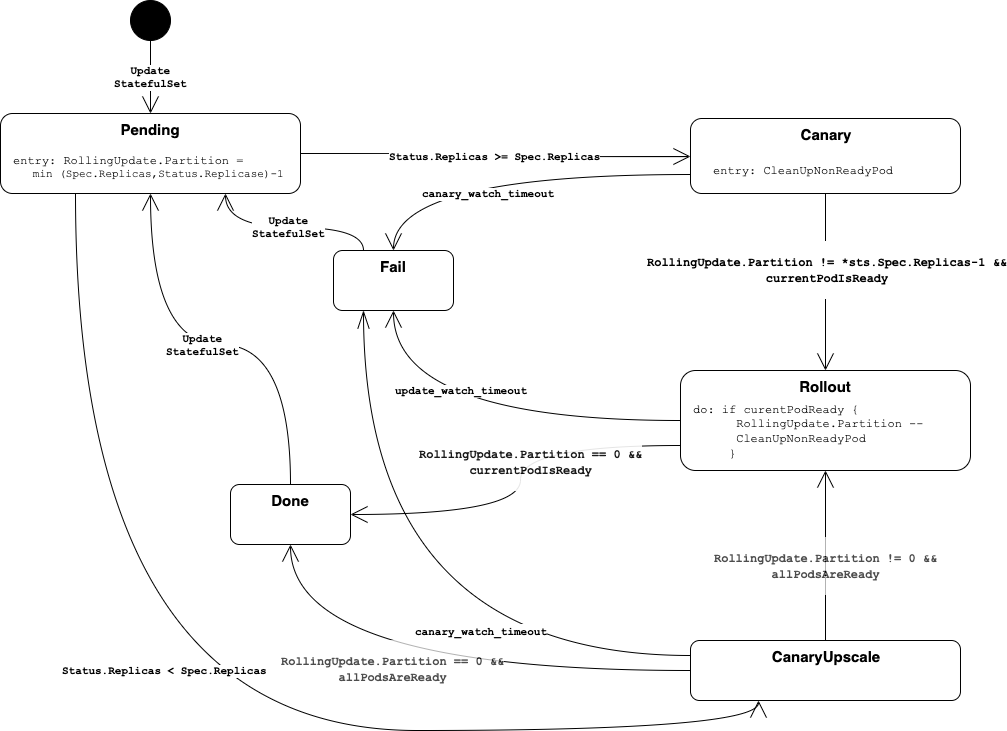
The draw.io diagram docs/controllers/quarks_sts_rollout_fsm.png in akhinos/cf-operator, before a commit. Source tidied: cells renumbered, new cells last; positions are measured from the earlier drawing's top-left corner, leaving out a move shared by most shapes.
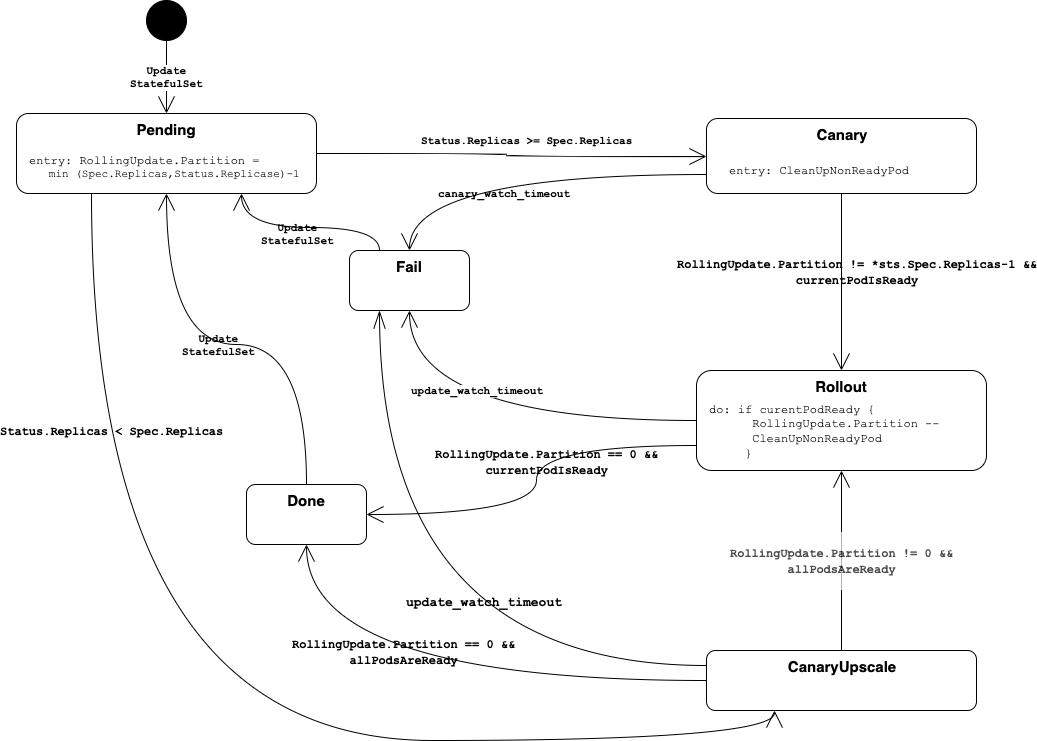
The same diagram one commit later.

Diff of the diagram source:
```diff
@@ -11,9 +11,9 @@
     <mxCell id="4" style="rounded=0;jettySize=auto;html=1;exitX=0.25;exitY=1;exitDx=0;exitDy=0;entryX=0.25;entryY=1;entryDx=0;entryDy=0;fontSize=15;strokeWidth=1;startArrow=none;startFill=0;endArrow=open;endFill=0;endSize=15;edgeStyle=orthogonalEdgeStyle;curved=1;" parent="1" edge="1" source="6" target="16">
       <mxGeometry relative="1" as="geometry" />
     </mxCell>
-    <mxCell id="5" value="Status.Replicas &amp;lt; Spec.Replicas" style="text;html=1;align=center;verticalAlign=middle;labelBackgroundColor=#ffffff;fontSize=11;fontFamily=Courier New;fontStyle=1;" parent="4" vertex="1">
+    <mxCell id="5" value="Status.Replicas &amp;lt; Spec.Replicas" style="text;html=1;align=center;verticalAlign=middle;labelBackgroundColor=none;fontSize=12;fontFamily=Courier New;fontStyle=1;" parent="4" vertex="1">
       <mxGeometry x="-0.03" y="-1" relative="1" as="geometry">
-        <mxPoint x="20" y="-61" as="offset" />
+        <mxPoint x="-44" y="-311" as="offset" />
       </mxGeometry>
     </mxCell>
     <mxCell id="6" value="Pending" style="rounded=1;whiteSpace=wrap;html=1;verticalAlign=top;fontSize=15;fontStyle=1;" parent="1" vertex="1">
@@ -25,51 +25,53 @@
     <mxCell id="8" value="&lt;span style=&quot;color: rgba(0 , 0 , 0 , 0) ; font-family: monospace ; font-size: 0px ; background-color: rgb(248 , 249 , 250)&quot;&gt;%3CmxGraphModel%3E%3Croot%3E%3CmxCell%20id%3D%220%22%2F%3E%3CmxCell%20id%3D%221%22%20parent%3D%220%22%2F%3E%3CmxCell%20id%3D%222%22%20value%3D%22%26lt%3Bpre%20style%3D%26quot%3Bfont-size%3A%209.8pt%26quot%3B%26gt%3B%26lt%3Bfont%20face%3D%26quot%3BCourier%20New%26quot%3B%20style%3D%26quot%3Bfont-size%3A%2012px%26quot%3B%26gt%3B%26lt%3Bb%26gt%3BRollingUpdate.Partition%20!%3D%20*sts.Spec.Replicas-%26lt%3Bspan%20style%3D%26quot%3Bcolor%3A%20rgb(0%20%2C%200%20%2C%20255)%26quot%3B%26gt%3B1%26lt%3B%2Fspan%26gt%3B%26lt%3B%2Fb%26gt%3B%26lt%3B%2Ffont%26gt%3B%26lt%3B%2Fpre%26gt%3B%22%20style%3D%22text%3Bhtml%3D1%3Bresizable%3D0%3Bpoints%3D%5B%5D%3Balign%3Dcenter%3BverticalAlign%3Dmiddle%3BlabelBackgroundColor%3D%23ffffff%3BfontSize%3D11%3BfontFamily%3DCourier%20New%3B%22%20vertex%3D%221%22%20connectable%3D%220%22%20parent%3D%221%22%3E%3CmxGeometry%20x%3D%22561%22%20y%3D%22348%22%20as%3D%22geometry%22%3E%3CmxPoint%20as%3D%22offset%22%2F%3E%3C%2FmxGeometry%3E%3C%2FmxCell%3E%3C%2Froot%3E%3C%2FmxGraphModel%3&lt;/span&gt;" style="text;html=1;align=center;verticalAlign=middle;labelBackgroundColor=#ffffff;fontSize=11;fontFamily=Courier New;" parent="7" vertex="1">
       <mxGeometry x="0.05" y="1" relative="1" as="geometry" />
     </mxCell>
-    <mxCell id="9" value="&lt;pre style=&quot;font-size: 9.8pt&quot;&gt;&lt;font face=&quot;Courier New&quot; style=&quot;font-size: 12px&quot;&gt;&lt;b&gt;RollingUpdate.Partition == 0 &amp;amp;&amp;amp;&lt;br/&gt;currentPodIsReady&lt;/b&gt;&lt;/font&gt;&lt;/pre&gt;" style="text;html=1;align=center;verticalAlign=middle;labelBackgroundColor=#ffffff;fontSize=11;fontFamily=Courier New;textOpacity=90;" parent="7" vertex="1">
+    <mxCell id="9" value="&lt;pre style=&quot;font-size: 9.8pt&quot;&gt;&lt;font face=&quot;Courier New&quot; style=&quot;font-size: 12px&quot;&gt;&lt;b&gt;RollingUpdate.Partition == 0 &amp;amp;&amp;amp;&lt;br&gt;currentPodIsReady&lt;/b&gt;&lt;/font&gt;&lt;/pre&gt;" style="text;html=1;align=center;verticalAlign=middle;labelBackgroundColor=none;fontSize=11;fontFamily=Courier New;" parent="7" vertex="1">
       <mxGeometry y="-2" relative="1" as="geometry">
         <mxPoint x="12" y="-25" as="offset" />
       </mxGeometry>
     </mxCell>
     <mxCell id="10" value="&lt;pre style=&quot;font-size: 9.8pt&quot;&gt;&lt;font face=&quot;Courier New&quot; style=&quot;font-size: 12px&quot;&gt;&lt;b&gt;RollingUpdate.Partition != 0 &amp;amp;&amp;amp;&lt;br&gt;allPodsAreReady&lt;/b&gt;&lt;/font&gt;&lt;/pre&gt;" style="edgeStyle=orthogonalEdgeStyle;rounded=0;jettySize=auto;html=1;exitX=0.5;exitY=0;exitDx=0;exitDy=0;entryX=0.5;entryY=1;entryDx=0;entryDy=0;startFill=0;endArrow=open;endFill=0;endSize=15;strokeWidth=1;fontFamily=Courier New;fontSize=11;textOpacity=70;curved=1;" parent="1" edge="1" source="16" target="24">
-      <mxGeometry x="-0.11" relative="1" as="geometry" />
+      <mxGeometry relative="1" as="geometry" />
     </mxCell>
-    <mxCell id="11" value="&lt;span style=&quot;color: rgba(0 , 0 , 0 , 0) ; font-family: monospace ; font-size: 0px ; background-color: rgb(248 , 249 , 250)&quot;&gt;%3CmxGraphModel%3E%3Croot%3E%3CmxCell%20id%3D%220%22%2F%3E%3CmxCell%20id%3D%221%22%20parent%3D%220%22%2F%3E%3CmxCell%20id%3D%222%22%20value%3D%22%26lt%3Bpre%20style%3D%26quot%3Bfont-size%3A%209.8pt%26quot%3B%26gt%3B%26lt%3Bfont%20face%3D%26quot%3BCourier%20New%26quot%3B%20style%3D%26quot%3Bfont-size%3A%2012px%26quot%3B%26gt%3B%26lt%3Bb%26gt%3BRollingUpdate.Partition%20%3D%3D%200%20%26amp%3Bamp%3B%26amp%3Bamp%3B%26lt%3Bbr%26gt%3BallPodsAreReady%26lt%3B%2Fb%26gt%3B%26lt%3B%2Ffont%26gt%3B%26lt%3B%2Fpre%26gt%3B%22%20style%3D%22text%3Bhtml%3D1%3Bresizable%3D0%3Bpoints%3D%5B%5D%3Balign%3Dcenter%3BverticalAlign%3Dmiddle%3BlabelBackgroundColor%3D%23ffffff%3BfontSize%3D11%3BfontFamily%3DCourier%20New%3B%22%20vertex%3D%221%22%20connectable%3D%220%22%20parent%3D%221%22%3E%3CmxGeometry%20x%3D%22238.6408910092664%22%20y%3D%22714.3170805944244%22%20as%3D%22geometry%22%3E%3CmxPoint%20as%3D%22offset%22%2F%3E%3C%2FmxGeometry%3E%3C%2FmxCell%3E%3C%2Froot%3E%3C%2FmxGraphModel%3&lt;/span&gt;&lt;span style=&quot;color: rgba(0 , 0 , 0 , 0) ; font-family: monospace ; font-size: 0px ; background-color: rgb(248 , 249 , 250)&quot;&gt;%3CmxGraphModel%3E%3Croot%3E%3CmxCell%20id%3D%220%22%2F%3E%3CmxCell%20id%3D%221%22%20parent%3D%220%22%2F%3E%3CmxCell%20id%3D%222%22%20value%3D%22%26lt%3Bpre%20style%3D%26quot%3Bfont-size%3A%209.8pt%26quot%3B%26gt%3B%26lt%3Bfont%20face%3D%26quot%3BCourier%20New%26quot%3B%20style%3D%26quot%3Bfont-size%3A%2012px%26quot%3B%26gt%3B%26lt%3Bb%26gt%3BRollingUpdate.Partition%20%3D%3D%200%20%26amp%3Bamp%3B%26amp%3Bamp%3B%26lt%3Bbr%26gt%3BallPodsAreReady%26lt%3B%2Fb%26gt%3B%26lt%3B%2Ffont%26gt%3B%26lt%3B%2Fpre%26gt%3B%22%20style%3D%22text%3Bhtml%3D1%3Bresizable%3D0%3Bpoints%3D%5B%5D%3Balign%3Dcenter%3BverticalAlign%3Dmiddle%3BlabelBackgroundColor%3D%23ffffff%3BfontSize%3D11%3BfontFamily%3DCourier%20New%3B%22%20vertex%3D%221%22%20connectable%3D%220%22%20parent%3D%221%22%3E%3CmxGeometry%20x%3D%22238.6408910092664%22%20y%3D%22714.3170805944244%22%20as%3D%22geometry%22%3E%3CmxPoint%20as%3D%22offset%22%2F%3E%3C%2FmxGeometry%3E%3C%2FmxCell%3E%3C%2Froot%3E%3C%2FmxGraphModel%3E&lt;/span&gt;" style="text;html=1;align=center;verticalAlign=middle;labelBackgroundColor=#ffffff;fontSize=11;fontFamily=Courier New;" parent="10" vertex="1">
+    <mxCell id="11" value="&lt;span style=&quot;color: rgba(0, 0, 0, 0); font-family: monospace; font-size: 0px;&quot;&gt;%3CmxGraphModel%3E%3Croot%3E%3CmxCell%20id%3D%220%22%2F%3E%3CmxCell%20id%3D%221%22%20parent%3D%220%22%2F%3E%3CmxCell%20id%3D%222%22%20value%3D%22%26lt%3Bpre%20style%3D%26quot%3Bfont-size%3A%209.8pt%26quot%3B%26gt%3B%26lt%3Bfont%20face%3D%26quot%3BCourier%20New%26quot%3B%20style%3D%26quot%3Bfont-size%3A%2012px%26quot%3B%26gt%3B%26lt%3Bb%26gt%3BRollingUpdate.Partition%20%3D%3D%200%20%26amp%3Bamp%3B%26amp%3Bamp%3B%26lt%3Bbr%26gt%3BallPodsAreReady%26lt%3B%2Fb%26gt%3B%26lt%3B%2Ffont%26gt%3B%26lt%3B%2Fpre%26gt%3B%22%20style%3D%22text%3Bhtml%3D1%3Bresizable%3D0%3Bpoints%3D%5B%5D%3Balign%3Dcenter%3BverticalAlign%3Dmiddle%3BlabelBackgroundColor%3D%23ffffff%3BfontSize%3D11%3BfontFamily%3DCourier%20New%3B%22%20vertex%3D%221%22%20connectable%3D%220%22%20parent%3D%221%22%3E%3CmxGeometry%20x%3D%22238.6408910092664%22%20y%3D%22714.3170805944244%22%20as%3D%22geometry%22%3E%3CmxPoint%20as%3D%22offset%22%2F%3E%3C%2FmxGeometry%3E%3C%2FmxCell%3E%3C%2Froot%3E%3C%2FmxGraphModel%3&lt;/span&gt;&lt;span style=&quot;color: rgba(0, 0, 0, 0); font-family: monospace; font-size: 0px;&quot;&gt;%3CmxGraphModel%3E%3Croot%3E%3CmxCell%20id%3D%220%22%2F%3E%3CmxCell%20id%3D%221%22%20parent%3D%220%22%2F%3E%3CmxCell%20id%3D%222%22%20value%3D%22%26lt%3Bpre%20style%3D%26quot%3Bfont-size%3A%209.8pt%26quot%3B%26gt%3B%26lt%3Bfont%20face%3D%26quot%3BCourier%20New%26quot%3B%20style%3D%26quot%3Bfont-size%3A%2012px%26quot%3B%26gt%3B%26lt%3Bb%26gt%3BRollingUpdate.Partition%20%3D%3D%200%20%26amp%3Bamp%3B%26amp%3Bamp%3B%26lt%3Bbr%26gt%3BallPodsAreReady%26lt%3B%2Fb%26gt%3B%26lt%3B%2Ffont%26gt%3B%26lt%3B%2Fpre%26gt%3B%22%20style%3D%22text%3Bhtml%3D1%3Bresizable%3D0%3Bpoints%3D%5B%5D%3Balign%3Dcenter%3BverticalAlign%3Dmiddle%3BlabelBackgroundColor%3D%23ffffff%3BfontSize%3D11%3BfontFamily%3DCourier%20New%3B%22%20vertex%3D%221%22%20connectable%3D%220%22%20parent%3D%221%22%3E%3CmxGeometry%20x%3D%22238.6408910092664%22%20y%3D%22714.3170805944244%22%20as%3D%22geometry%22%3E%3CmxPoint%20as%3D%22offset%22%2F%3E%3C%2FmxGeometry%3E%3C%2FmxCell%3E%3C%2Froot%3E%3C%2FmxGraphModel%3E&lt;/span&gt;" style="text;html=1;align=center;verticalAlign=middle;labelBackgroundColor=none;fontSize=11;fontFamily=Courier New;" parent="10" vertex="1">
       <mxGeometry y="3" relative="1" as="geometry" />
     </mxCell>
     <mxCell id="12" style="edgeStyle=orthogonalEdgeStyle;rounded=0;jettySize=auto;html=1;exitX=0;exitY=0.5;exitDx=0;exitDy=0;entryX=0.5;entryY=1;entryDx=0;entryDy=0;startFill=0;endArrow=open;endFill=0;endSize=15;strokeWidth=1;fontFamily=Courier New;fontSize=11;curved=1;" parent="1" edge="1" source="16" target="21">
       <mxGeometry relative="1" as="geometry" />
     </mxCell>
-    <mxCell id="13" value="&lt;pre style=&quot;font-size: 9.8pt&quot;&gt;&lt;font face=&quot;Courier New&quot; style=&quot;font-size: 12px&quot;&gt;&lt;b&gt;RollingUpdate.Partition == 0 &amp;amp;&amp;amp;&lt;br&gt;allPodsAreReady&lt;/b&gt;&lt;/font&gt;&lt;/pre&gt;" style="text;html=1;align=center;verticalAlign=middle;labelBackgroundColor=#ffffff;fontSize=11;fontFamily=Courier New;textOpacity=70;" parent="12" vertex="1">
-      <mxGeometry x="0.13" y="-3" relative="1" as="geometry" />
+    <mxCell id="13" value="&lt;pre style=&quot;font-size: 9.8pt&quot;&gt;&lt;font face=&quot;Courier New&quot; style=&quot;font-size: 12px&quot;&gt;&lt;b&gt;RollingUpdate.Partition == 0 &amp;amp;&amp;amp;&lt;br&gt;allPodsAreReady&lt;/b&gt;&lt;/font&gt;&lt;/pre&gt;" style="text;html=1;align=center;verticalAlign=middle;labelBackgroundColor=none;fontSize=11;fontFamily=Courier New;" parent="12" vertex="1">
+      <mxGeometry x="0.13" y="-3" relative="1" as="geometry">
+        <mxPoint x="1" y="-27" as="offset" />
+      </mxGeometry>
     </mxCell>
     <mxCell id="14" style="edgeStyle=orthogonalEdgeStyle;curved=1;rounded=0;jettySize=auto;html=1;exitX=0;exitY=0.25;exitDx=0;exitDy=0;entryX=0.25;entryY=1;entryDx=0;entryDy=0;endArrow=openThin;endFill=0;endSize=16;" parent="1" edge="1" source="16" target="18">
       <mxGeometry relative="1" as="geometry" />
     </mxCell>
-    <mxCell id="15" value="&lt;b style=&quot;font-family: &amp;#34;courier new&amp;#34; ; font-size: 11px&quot;&gt;canary_watch_timeout&lt;/b&gt;" style="text;html=1;align=center;verticalAlign=middle;labelBackgroundColor=#ffffff;" parent="14" vertex="1">
+    <mxCell id="15" value="&lt;b style=&quot;font-family: &amp;quot;courier new&amp;quot;; font-size: 13px;&quot;&gt;update_watch_timeout&lt;/b&gt;" style="text;html=1;align=center;verticalAlign=middle;labelBackgroundColor=none;fontSize=13;" parent="14" vertex="1">
       <mxGeometry x="-0.44" y="-16" relative="1" as="geometry">
-        <mxPoint x="-21" y="-9" as="offset" />
+        <mxPoint x="-31" y="-49" as="offset" />
       </mxGeometry>
     </mxCell>
     <mxCell id="16" value="CanaryUpscale" style="rounded=1;whiteSpace=wrap;html=1;verticalAlign=top;fontSize=15;fontStyle=1;" parent="1" vertex="1">
-      <mxGeometry x="690" y="640" width="270" height="60" as="geometry" />
+      <mxGeometry x="690" y="650" width="270" height="60" as="geometry" />
     </mxCell>
-    <mxCell id="17" value="&lt;b&gt;Update&lt;br&gt;StatefulSet&lt;/b&gt;" style="edgeStyle=orthogonalEdgeStyle;rounded=0;jettySize=auto;html=1;exitX=0.25;exitY=0;exitDx=0;exitDy=0;entryX=0.75;entryY=1;entryDx=0;entryDy=0;startFill=0;endArrow=open;endFill=0;endSize=15;strokeWidth=1;fontFamily=Courier New;fontSize=11;curved=1;" parent="1" edge="1" source="18" target="6">
-      <mxGeometry relative="1" as="geometry" />
-    </mxCell>
+    <mxCell id="36" style="edgeStyle=orthogonalEdgeStyle;curved=1;rounded=0;jettySize=auto;html=1;exitX=0.25;exitY=0;exitDx=0;exitDy=0;entryX=0.75;entryY=1;entryDx=0;entryDy=0;startFill=0;endArrow=open;endFill=0;endSize=15;strokeWidth=1;fontFamily=Courier New;" parent="1" edge="1" source="18" target="6">
+      <mxGeometry relative="1" as="geometry" />
+    </mxCell>
     <mxCell id="18" value="Fail" style="rounded=1;whiteSpace=wrap;html=1;verticalAlign=top;fontSize=15;fontStyle=1;" parent="1" vertex="1">
       <mxGeometry x="333" y="250" width="120" height="60" as="geometry" />
     </mxCell>
     <mxCell id="19" style="edgeStyle=orthogonalEdgeStyle;rounded=0;jettySize=auto;html=1;exitX=0.5;exitY=0;exitDx=0;exitDy=0;startFill=0;endArrow=open;endFill=0;endSize=15;strokeWidth=1;fontFamily=Courier New;fontSize=11;curved=1;" parent="1" edge="1" source="21" target="6">
       <mxGeometry relative="1" as="geometry" />
     </mxCell>
-    <mxCell id="20" value="Update&lt;br&gt;StatefulSet" style="text;html=1;align=center;verticalAlign=middle;labelBackgroundColor=#ffffff;fontSize=11;fontFamily=Courier New;fontStyle=1;" parent="19" vertex="1">
+    <mxCell id="20" value="Update&lt;br&gt;StatefulSet" style="text;html=1;align=center;verticalAlign=middle;labelBackgroundColor=none;fontSize=11;fontFamily=Courier New;fontStyle=1;" parent="19" vertex="1">
       <mxGeometry x="0.06" relative="1" as="geometry" />
     </mxCell>
     <mxCell id="21" value="Done" style="rounded=1;whiteSpace=wrap;html=1;verticalAlign=top;fontSize=15;fontStyle=1;" parent="1" vertex="1">
       <mxGeometry x="230" y="484" width="120" height="60" as="geometry" />
     </mxCell>
     <mxCell id="22" value="&lt;span style=&quot;font-weight: 700&quot;&gt;Status.Replicas &amp;gt;= Spec.Replicas&lt;/span&gt;" style="edgeStyle=orthogonalEdgeStyle;rounded=0;jettySize=auto;html=1;exitX=1;exitY=0.5;exitDx=0;exitDy=0;entryX=0;entryY=0.5;entryDx=0;entryDy=0;startFill=0;endArrow=open;endFill=0;endSize=15;strokeWidth=1;fontFamily=Courier New;fontSize=11;curved=1;" parent="1" edge="1" source="6" target="29">
-      <mxGeometry relative="1" as="geometry" />
+      <mxGeometry x="0.08" y="16" relative="1" as="geometry" />
     </mxCell>
     <mxCell id="23" style="group;" parent="1" vertex="1">
       <mxGeometry x="680" y="370" width="290" height="100" as="geometry" />
@@ -83,8 +85,10 @@
     <mxCell id="26" style="edgeStyle=orthogonalEdgeStyle;rounded=0;jettySize=auto;html=1;exitX=0.5;exitY=1;exitDx=0;exitDy=0;entryX=0.5;entryY=0;entryDx=0;entryDy=0;startFill=0;endArrow=open;endFill=0;endSize=15;strokeWidth=1;fontFamily=Courier New;fontSize=11;curved=1;" parent="1" edge="1" source="29" target="24">
       <mxGeometry relative="1" as="geometry" />
     </mxCell>
-    <mxCell id="27" value="&lt;pre style=&quot;font-size: 9.8pt&quot;&gt;&lt;font face=&quot;Courier New&quot; style=&quot;font-size: 12px&quot;&gt;&lt;b&gt;RollingUpdate.Partition != *sts.Spec.Replicas-1 &amp;amp;&amp;amp;&lt;br&gt;currentPodIsReady&lt;/b&gt;&lt;/font&gt;&lt;/pre&gt;" style="text;html=1;align=center;verticalAlign=middle;labelBackgroundColor=#ffffff;fontSize=11;fontFamily=Courier New;" parent="26" vertex="1">
-      <mxGeometry x="-0.16" y="1" relative="1" as="geometry" />
+    <mxCell id="27" value="&lt;pre style=&quot;font-size: 9.8pt&quot;&gt;&lt;font face=&quot;Courier New&quot; style=&quot;font-size: 12px&quot;&gt;&lt;b&gt;RollingUpdate.Partition != *sts.Spec.Replicas-1 &amp;amp;&amp;amp;&lt;br&gt;currentPodIsReady&lt;/b&gt;&lt;/font&gt;&lt;/pre&gt;" style="text;html=1;align=center;verticalAlign=middle;labelBackgroundColor=none;fontSize=11;fontFamily=Courier New;" parent="26" vertex="1">
+      <mxGeometry x="-0.16" y="1" relative="1" as="geometry">
+        <mxPoint x="14" y="2" as="offset" />
+      </mxGeometry>
     </mxCell>
     <mxCell id="28" style="group;" parent="1" vertex="1">
       <mxGeometry x="690" y="118" width="270" height="75" as="geometry" />
@@ -106,7 +110,7 @@
     <mxCell id="33" style="edgeStyle=orthogonalEdgeStyle;rounded=0;jettySize=auto;html=1;exitX=0;exitY=0.75;exitDx=0;exitDy=0;entryX=0.5;entryY=0;entryDx=0;entryDy=0;startFill=0;endArrow=open;endFill=0;endSize=15;strokeWidth=1;fontFamily=Courier New;fontSize=11;curved=1;" parent="1" edge="1" source="29" target="18">
       <mxGeometry relative="1" as="geometry" />
     </mxCell>
-    <mxCell id="34" value="&lt;b&gt;canary_watch_timeout&lt;/b&gt;" style="text;html=1;align=center;verticalAlign=middle;labelBackgroundColor=#ffffff;fontSize=11;fontFamily=Courier New;" parent="33" vertex="1">
+    <mxCell id="34" value="&lt;b&gt;canary_watch_timeout&lt;/b&gt;" style="text;html=1;align=center;verticalAlign=middle;labelBackgroundColor=none;fontSize=11;fontFamily=Courier New;" parent="33" vertex="1">
       <mxGeometry x="-0.07" y="1" relative="1" as="geometry">
         <mxPoint x="-29" y="18" as="offset" />
       </mxGeometry>
@@ -114,5 +118,10 @@
     <mxCell id="35" value="&lt;span style=&quot;font-size: 12px&quot;&gt;entry: RollingUpdate.Partition =&lt;br&gt;&lt;/span&gt;&amp;nbsp; &amp;nbsp;min (Spec.Replicas,Status.Replicase)-1" style="rounded=0;whiteSpace=wrap;html=1;fontFamily=Courier New;fontSize=11;align=left;strokeColor=#FFFFFF;" parent="1" vertex="1">
       <mxGeometry x="10" y="150" width="280" height="33" as="geometry" />
     </mxCell>
+    <mxCell id="17" value="Update&lt;br&gt;StatefulSet" style="text;html=1;align=center;verticalAlign=middle;labelBackgroundColor=none;fontSize=11;fontFamily=Courier New;fontStyle=1;" parent="1" vertex="1">
+      <mxGeometry x="212" y="354" as="geometry">
+        <mxPoint x="69" y="-121" as="offset" />
+      </mxGeometry>
+    </mxCell>
   </root>
 </mxGraphModel>
```
